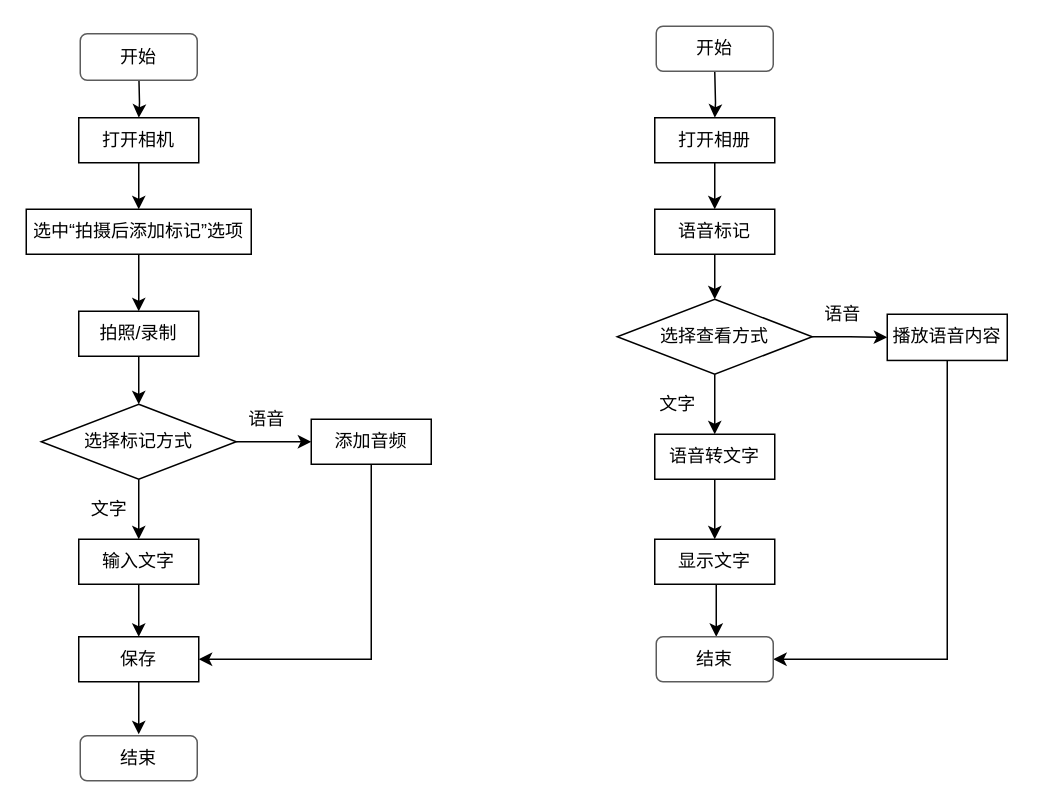
Above: page "第 5 页" (5 of 6) of 影像快速标记.drawio in fengli-git/storehouse (draw.io), before the change. Source tidied: cells renumbered, new cells numbered last; positions are measured from the earlier drawing's top-left corner, leaving out a move shared by most shapes. Both pictures are drawn from the tidied source at 150%, with x=0, y=0 at pixel (26, 26).
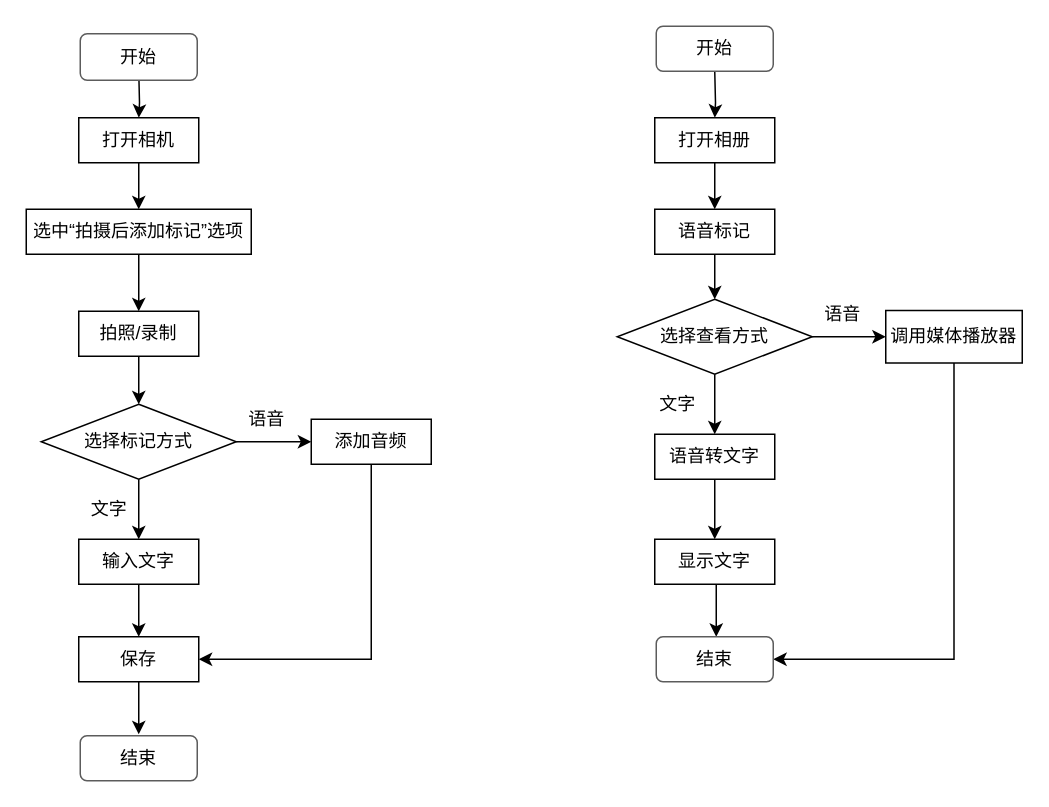
Above is the later version.

Commit message:
更新影像快速标记.drawio

The edit, as a diff of the source:
```diff
@@
-    <mxCell id="22" value="播放语音内容" style="rounded=0;whiteSpace=wrap;html=1;" parent="1" vertex="1">
-      <mxGeometry x="574" y="192" width="80" height="30.8" as="geometry" />
+    <mxCell id="22" value="调用媒体播放器" style="rounded=0;whiteSpace=wrap;html=1;" parent="1" vertex="1">
+      <mxGeometry x="573" y="189.5" width="91" height="35" as="geometry" />
     </mxCell>
```
